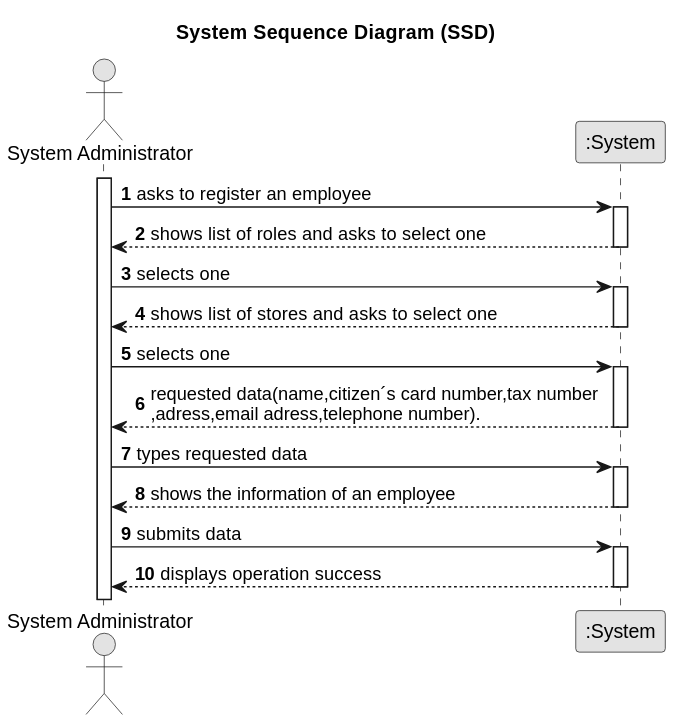
Earlier version of the PlantUML export docs/sprintB/US03/01.requirements-engineering/svg/us03-system-sequence-diagram.svg (PureNimble/ISEP-LAPR2). Its diagram source:
```plantuml
@startuml
skinparam monochrome true
skinparam packageStyle rectangle
skinparam shadowing false

title System Sequence Diagram (SSD)

autonumber

actor "System Administrator" as Admin
participant ":System" as System

activate Admin

    Admin -> System : asks to register an employee
    activate System

    System --> Admin : shows list of roles and asks to select one
    deactivate System

        Admin -> System : selects one
        activate System

         System --> Admin : shows list of stores and asks to select one
            deactivate System

                Admin -> System : selects one
                activate System

   System --> Admin :  requested data(name,citizen´s card number,tax number \n,adress,email adress,telephone number).
     deactivate System

    Admin -> System : types requested data
    activate System

     System --> Admin : shows the information of an employee
            deactivate System

    Admin -> System : submits data
    activate System

        System --> Admin : displays operation success
    deactivate System
@enduml
```
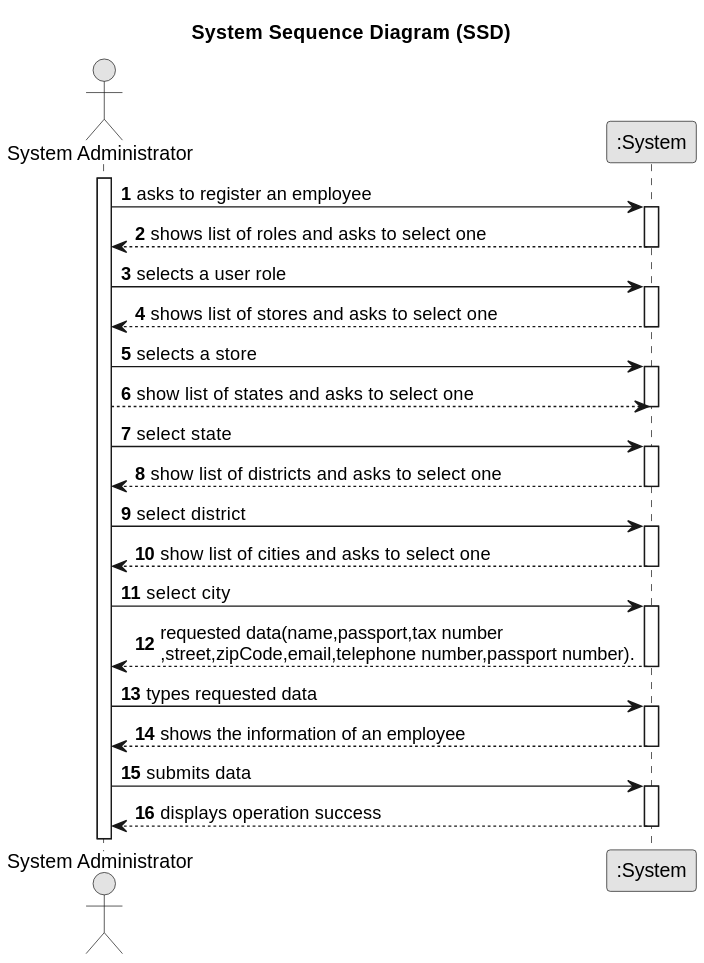
The same diagram one commit later.

The edit, as a diff of the source:
```diff
@@ -18,16 +18,34 @@
     System --> Admin : shows list of roles and asks to select one
     deactivate System
 
-        Admin -> System : selects one
+        Admin -> System : selects a user role
         activate System
 
          System --> Admin : shows list of stores and asks to select one
             deactivate System
 
-                Admin -> System : selects one
+                Admin -> System : selects a store
                 activate System
 
-   System --> Admin :  requested data(name,citizen´s card number,tax number \n,adress,email adress,telephone number).
+         System <-- Admin:show list of states and asks to select one
+         deactivate System
+
+         Admin -> System : select state
+         activate System
+
+         System --> Admin : show list of districts and asks to select one
+         deactivate System
+
+         Admin -> System: select district
+         activate System
+
+         System --> Admin : show list of cities and asks to select one
+         deactivate System
+
+        Admin -> System: select city
+        activate System
+
+   System --> Admin :  requested data(name,passport,tax number \n,street,zipCode,email,telephone number,passport number).
      deactivate System
 
     Admin -> System : types requested data
```
